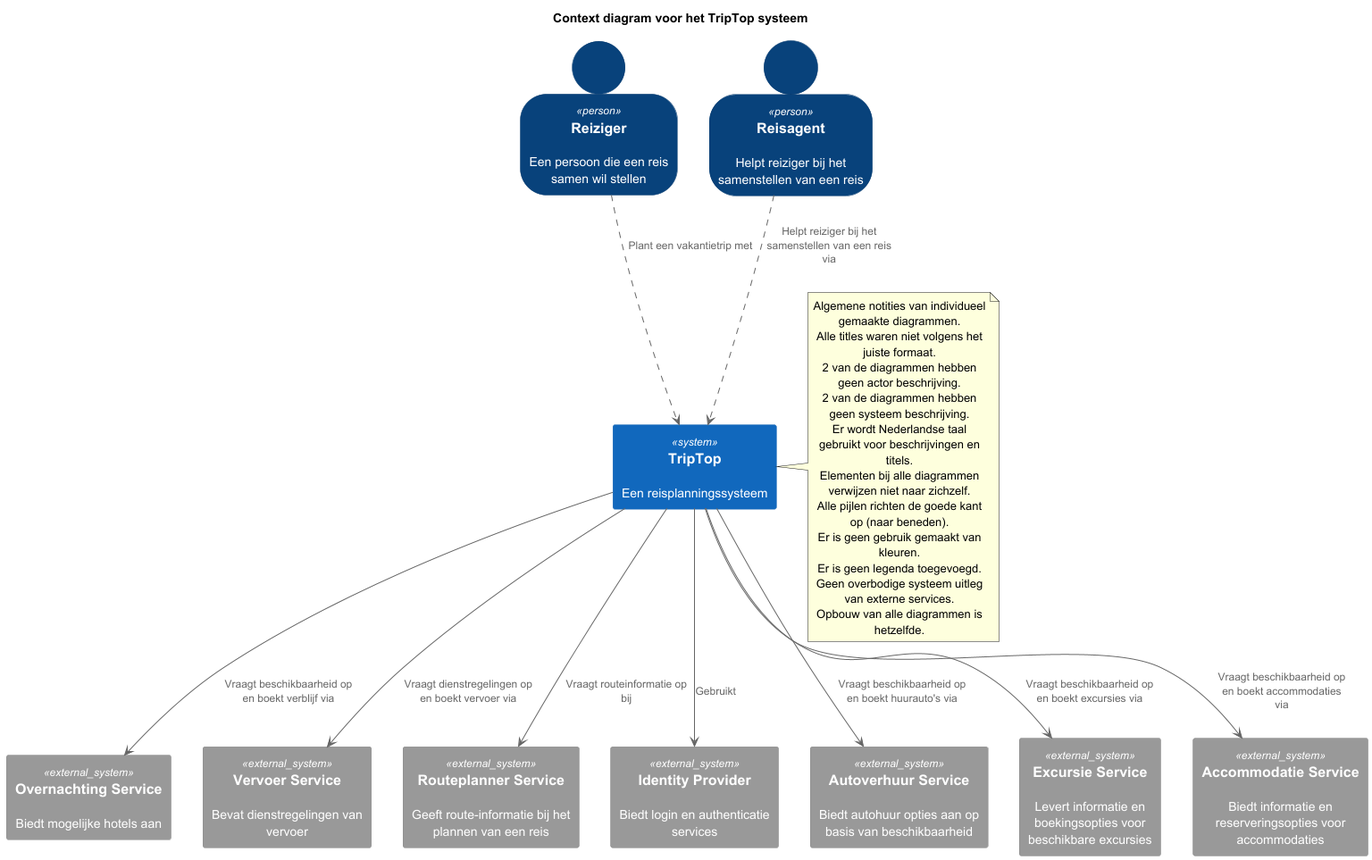
Before: opdracht-diagrammen/C4_Context_Diagram.png, a diagram exported from PlantUML (AIM-ENE-feb25/triptop-groep-b5).
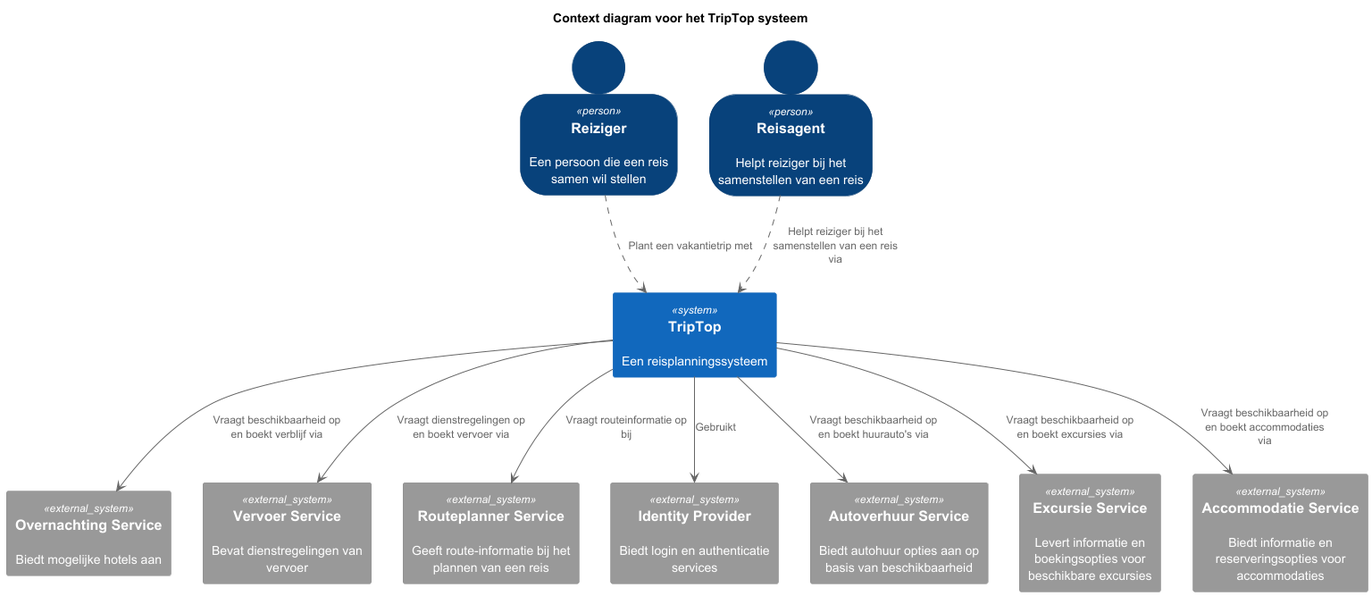
Above is the later version.

What changed in the source:
```diff
@@ -35,17 +35,4 @@
 triptop --> excursie : Vraagt beschikbaarheid op en boekt excursies via
 triptop --> accommodatie : Vraagt beschikbaarheid op en boekt accommodaties via
 
-note right of triptop
-  Algemene notities van individueel gemaakte diagrammen.
-  Alle titles waren niet volgens het juiste formaat.
-  2 van de diagrammen hebben geen actor beschrijving.
-  2 van de diagrammen hebben geen systeem beschrijving.
-  Er wordt Nederlandse taal gebruikt voor beschrijvingen en titels.
-  Elementen bij alle diagrammen verwijzen niet naar zichzelf.
-  Alle pijlen richten de goede kant op (naar beneden).
-  Er is geen gebruik gemaakt van kleuren.
-  Er is geen legenda toegevoegd.
-  Geen overbodige systeem uitleg van externe services.
-  Opbouw van alle diagrammen is hetzelfde.
-end note
 @enduml
```
